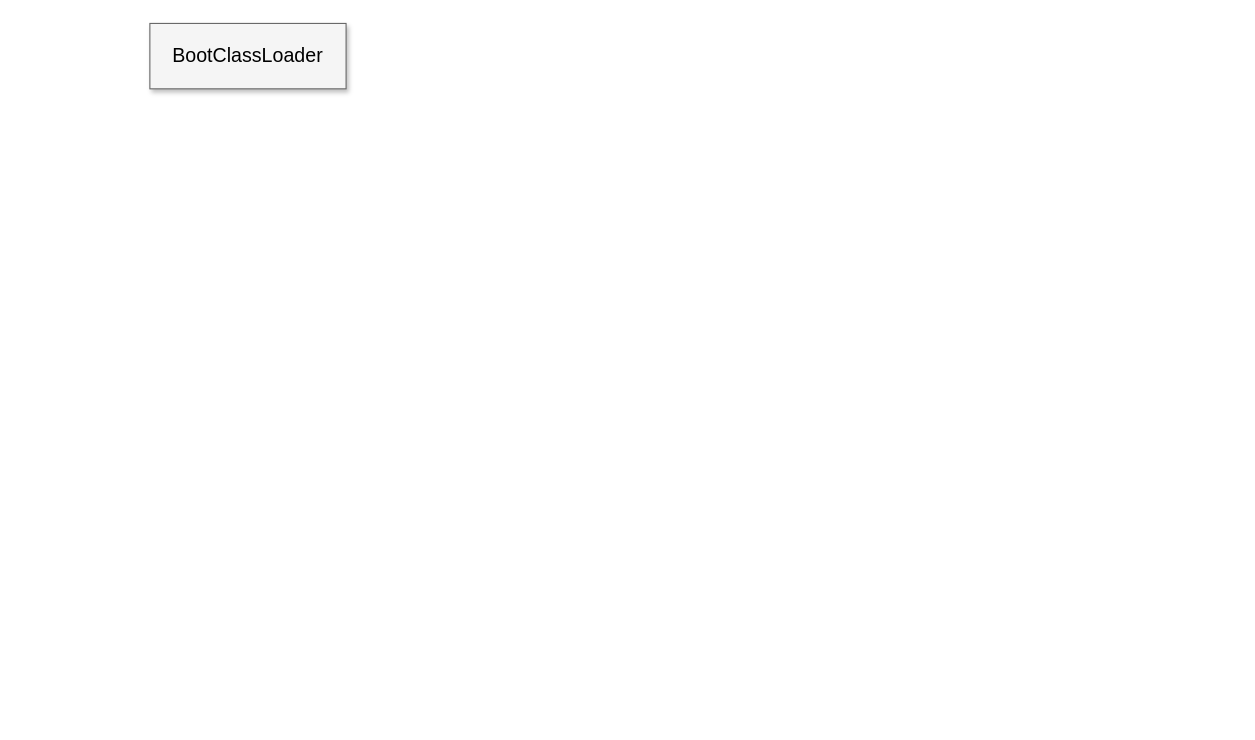
Above: classloader.drawio in overturncat/picbook (draw.io), before the change. Source tidied: cells renumbered, new cells numbered last; positions are measured from the earlier drawing's top-left corner, leaving out a move shared by most shapes. Both pictures are drawn from the tidied source at 109%, with x=0, y=0 at pixel (149, 23).
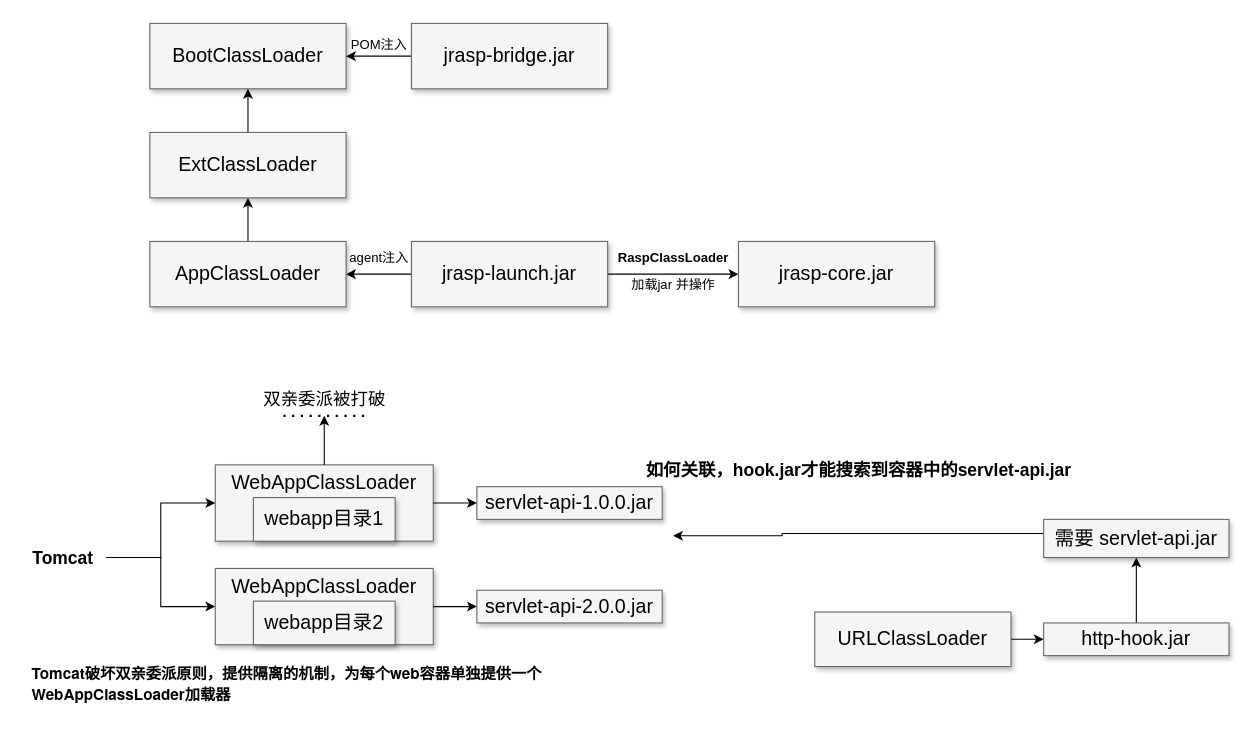
After the change.

The change refers to these unchanged cells:
```xml
<mxCell id="2" value="BootClassLoader" style="whiteSpace=wrap;html=1;shadow=1;fontSize=18;fillColor=#f5f5f5;strokeColor=#666666;" parent="1" vertex="1">
  <mxGeometry width="180" height="60" as="geometry" />
</mxCell>
```

Diff of the diagram source:
```diff
@@
+    <mxCell id="3" style="edgeStyle=orthogonalEdgeStyle;rounded=0;jettySize=auto;html=1;" parent="1" edge="1" source="4" target="2">
+      <mxGeometry relative="1" as="geometry" />
+    </mxCell>
+    <mxCell id="4" value="jrasp-bridge.jar" style="whiteSpace=wrap;html=1;shadow=1;fontSize=18;fillColor=#f5f5f5;strokeColor=#666666;" parent="1" vertex="1">
+      <mxGeometry x="240" width="180" height="60" as="geometry" />
+    </mxCell>
+    <mxCell id="5" value="POM注入" style="text;html=1;align=center;verticalAlign=middle;strokeColor=none;fillColor=none;" parent="1" vertex="1">
+      <mxGeometry x="175" y="5" width="70" height="30" as="geometry" />
+    </mxCell>
+    <mxCell id="6" style="edgeStyle=orthogonalEdgeStyle;rounded=0;jettySize=auto;html=1;" parent="1" edge="1" source="7" target="15">
+      <mxGeometry relative="1" as="geometry" />
+    </mxCell>
+    <mxCell id="7" value="AppClassLoader" style="whiteSpace=wrap;html=1;shadow=1;fontSize=18;fillColor=#f5f5f5;strokeColor=#666666;" parent="1" vertex="1">
+      <mxGeometry y="200" width="180" height="60" as="geometry" />
+    </mxCell>
+    <mxCell id="8" style="edgeStyle=orthogonalEdgeStyle;rounded=0;jettySize=auto;html=1;" parent="1" edge="1" source="10" target="7">
+      <mxGeometry relative="1" as="geometry" />
+    </mxCell>
+    <mxCell id="9" style="edgeStyle=orthogonalEdgeStyle;rounded=0;jettySize=auto;html=1;" parent="1" edge="1" source="10" target="12">
+      <mxGeometry relative="1" as="geometry" />
+    </mxCell>
+    <mxCell id="10" value="jrasp-launch.jar" style="whiteSpace=wrap;html=1;shadow=1;fontSize=18;fillColor=#f5f5f5;strokeColor=#666666;" parent="1" vertex="1">
+      <mxGeometry x="240" y="200" width="180" height="60" as="geometry" />
+    </mxCell>
+    <mxCell id="11" value="agent注入" style="text;html=1;align=center;verticalAlign=middle;strokeColor=none;fillColor=none;" parent="1" vertex="1">
+      <mxGeometry x="170" y="200" width="80" height="30" as="geometry" />
+    </mxCell>
+    <mxCell id="12" value="jrasp-core.jar" style="whiteSpace=wrap;html=1;shadow=1;fontSize=18;fillColor=#f5f5f5;strokeColor=#666666;" parent="1" vertex="1">
+      <mxGeometry x="540" y="200" width="180" height="60" as="geometry" />
+    </mxCell>
+    <mxCell id="13" value="RaspClassLoader" style="text;html=1;align=center;verticalAlign=middle;strokeColor=none;fillColor=none;fontStyle=1;" parent="1" vertex="1">
+      <mxGeometry x="420" y="200" width="120" height="30" as="geometry" />
+    </mxCell>
+    <mxCell id="14" style="edgeStyle=orthogonalEdgeStyle;rounded=0;jettySize=auto;html=1;" parent="1" edge="1" source="15" target="2">
+      <mxGeometry relative="1" as="geometry" />
+    </mxCell>
+    <mxCell id="15" value="ExtClassLoader" style="whiteSpace=wrap;html=1;shadow=1;fontSize=18;fillColor=#f5f5f5;strokeColor=#666666;" parent="1" vertex="1">
+      <mxGeometry y="100" width="180" height="60" as="geometry" />
+    </mxCell>
+    <mxCell id="16" value="加载jar 并操作" style="text;html=1;align=center;verticalAlign=middle;strokeColor=none;fillColor=none;" parent="1" vertex="1">
+      <mxGeometry x="430" y="225" width="100" height="30" as="geometry" />
+    </mxCell>
+    <mxCell id="17" style="edgeStyle=orthogonalEdgeStyle;rounded=0;jettySize=auto;html=1;fontSize=16;" parent="1" edge="1" source="19" target="26">
+      <mxGeometry relative="1" as="geometry" />
+    </mxCell>
+    <mxCell id="18" style="edgeStyle=orthogonalEdgeStyle;rounded=0;jettySize=auto;html=1;fontSize=16;" parent="1" edge="1" source="19" target="23">
+      <mxGeometry relative="1" as="geometry" />
+    </mxCell>
+    <mxCell id="19" value="&lt;b style=&quot;font-size: 16px;&quot;&gt;Tomcat&lt;/b&gt;" style="text;html=1;align=center;verticalAlign=middle;points=[];strokeColor=none;fillColor=none;fontSize=16;" parent="1" vertex="1">
+      <mxGeometry x="-120" y="475" width="80" height="30" as="geometry" />
+    </mxCell>
+    <mxCell id="20" value="双亲委派被打破" style="text;html=1;align=center;verticalAlign=middle;points=[];strokeColor=none;fillColor=none;fontSize=16;" parent="1" vertex="1">
+      <mxGeometry x="90" y="330" width="140" height="30" as="geometry" />
+    </mxCell>
+    <mxCell id="21" style="endArrow=none;dashed=1;html=1;dashPattern=1 3;strokeWidth=2;rounded=0;fontSize=16;" parent="1" edge="1">
+      <mxGeometry relative="1" as="geometry">
+        <mxPoint x="122.5" y="360" as="sourcePoint" />
+        <mxPoint x="197.5" y="360" as="targetPoint" />
+      </mxGeometry>
+    </mxCell>
+    <mxCell id="22" style="group;" parent="1" vertex="1">
+      <mxGeometry x="60" y="405" width="200" height="70" as="geometry" />
+    </mxCell>
+    <mxCell id="23" value="WebAppClassLoader" style="whiteSpace=wrap;html=1;shadow=1;fontSize=18;fillColor=#f5f5f5;strokeColor=#666666;verticalAlign=top;" parent="22" vertex="1">
+      <mxGeometry width="200" height="70" as="geometry" />
+    </mxCell>
+    <mxCell id="24" value="webapp目录1" style="whiteSpace=wrap;html=1;shadow=1;fontSize=18;fillColor=#f5f5f5;strokeColor=#666666;" parent="22" vertex="1">
+      <mxGeometry x="35" y="30" width="130" height="40" as="geometry" />
+    </mxCell>
+    <mxCell id="25" style="group;" parent="1" vertex="1">
+      <mxGeometry x="60" y="500" width="200" height="70" as="geometry" />
+    </mxCell>
+    <mxCell id="26" value="WebAppClassLoader" style="whiteSpace=wrap;html=1;shadow=1;fontSize=18;fillColor=#f5f5f5;strokeColor=#666666;verticalAlign=top;" parent="25" vertex="1">
+      <mxGeometry width="200" height="70" as="geometry" />
+    </mxCell>
+    <mxCell id="27" value="webapp目录2" style="whiteSpace=wrap;html=1;shadow=1;fontSize=18;fillColor=#f5f5f5;strokeColor=#666666;" parent="25" vertex="1">
+      <mxGeometry x="35" y="30" width="130" height="40" as="geometry" />
+    </mxCell>
+    <mxCell id="28" style="edgeStyle=orthogonalEdgeStyle;rounded=0;jettySize=auto;html=1;fontSize=16;" parent="1" edge="1" source="23" target="20">
+      <mxGeometry relative="1" as="geometry" />
+    </mxCell>
+    <mxCell id="29" value="&lt;strong style=&quot;margin: 0px; padding: 0px; color: rgb(0, 0, 0); font-family: &amp;quot;PingFang SC&amp;quot;, &amp;quot;Microsoft YaHei&amp;quot;, &amp;quot;Helvetica Neue&amp;quot;, Helvetica, Arial, sans-serif; font-size: 14px; font-style: normal; font-variant-ligatures: normal; font-variant-caps: normal; letter-spacing: normal; orphans: 2; text-align: left; text-indent: 0px; text-transform: none; widows: 2; word-spacing: 0px; -webkit-text-stroke-width: 0px; background-color: rgb(255, 255, 255); text-decoration-thickness: initial; text-decoration-style: initial; text-decoration-color: initial;&quot;&gt;Tomcat破坏双亲委派原则，提供隔离的机制，为每个web容器单独提供一个WebAppClassLoader加载器&lt;/strong&gt;" style="text;whiteSpace=wrap;html=1;fontSize=16;" parent="1" vertex="1">
+      <mxGeometry x="-110" y="580" width="560" height="60" as="geometry" />
+    </mxCell>
+    <mxCell id="30" value="servlet-api-1.0.0.jar" style="whiteSpace=wrap;html=1;shadow=1;fontSize=18;fillColor=#f5f5f5;strokeColor=#666666;" parent="1" vertex="1">
+      <mxGeometry x="300" y="425" width="170" height="30" as="geometry" />
+    </mxCell>
+    <mxCell id="31" style="edgeStyle=orthogonalEdgeStyle;rounded=0;jettySize=auto;html=1;fontSize=16;" parent="1" edge="1" source="23" target="30">
+      <mxGeometry relative="1" as="geometry" />
+    </mxCell>
+    <mxCell id="32" value="servlet-api-2.0.0.jar" style="whiteSpace=wrap;html=1;shadow=1;fontSize=18;fillColor=#f5f5f5;strokeColor=#666666;" parent="1" vertex="1">
+      <mxGeometry x="300" y="520" width="170" height="30" as="geometry" />
+    </mxCell>
+    <mxCell id="33" style="edgeStyle=orthogonalEdgeStyle;rounded=0;jettySize=auto;html=1;fontSize=16;" parent="1" edge="1" source="26" target="32">
+      <mxGeometry relative="1" as="geometry" />
+    </mxCell>
+    <mxCell id="34" style="edgeStyle=orthogonalEdgeStyle;rounded=0;jettySize=auto;html=1;fontSize=16;" parent="1" edge="1" source="35" target="37">
+      <mxGeometry relative="1" as="geometry" />
+    </mxCell>
+    <mxCell id="35" value="URLClassLoader" style="whiteSpace=wrap;html=1;shadow=1;fontSize=18;fillColor=#f5f5f5;strokeColor=#666666;" parent="1" vertex="1">
+      <mxGeometry x="610" y="540" width="180" height="50" as="geometry" />
+    </mxCell>
+    <mxCell id="36" style="edgeStyle=orthogonalEdgeStyle;rounded=0;jettySize=auto;html=1;fontSize=16;" parent="1" edge="1" source="37" target="39">
+      <mxGeometry relative="1" as="geometry" />
+    </mxCell>
+    <mxCell id="37" value="http-hook.jar" style="whiteSpace=wrap;html=1;shadow=1;fontSize=18;fillColor=#f5f5f5;strokeColor=#666666;" parent="1" vertex="1">
+      <mxGeometry x="820" y="550" width="170" height="30" as="geometry" />
+    </mxCell>
+    <mxCell id="38" style="edgeStyle=orthogonalEdgeStyle;rounded=0;jettySize=auto;html=1;fontSize=16;" parent="1" edge="1" source="39">
+      <mxGeometry relative="1" as="geometry">
+        <mxPoint x="480" y="470" as="targetPoint" />
+        <Array as="points">
+          <mxPoint x="580" y="468" />
+          <mxPoint x="580" y="470" />
+        </Array>
+      </mxGeometry>
+    </mxCell>
+    <mxCell id="39" value="需要 servlet-api.jar" style="whiteSpace=wrap;html=1;shadow=1;fontSize=18;fillColor=#f5f5f5;strokeColor=#666666;" parent="1" vertex="1">
+      <mxGeometry x="820" y="455" width="170" height="35" as="geometry" />
+    </mxCell>
+    <mxCell id="40" value="&lt;b&gt;如何关联，hook.jar才能搜索到容器中的servlet-api.jar&lt;/b&gt;" style="text;html=1;align=center;verticalAlign=middle;strokeColor=none;fillColor=none;fontSize=16;" parent="1" vertex="1">
+      <mxGeometry x="445" y="395" width="410" height="30" as="geometry" />
+    </mxCell>
```
